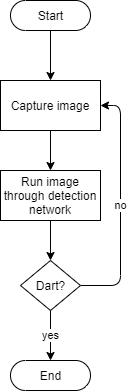
Before: imaging/documentation/Find_Dart_Logic.png, a diagram exported from draw.io (kparlak/dart-scoring-system). Source tidied: cells renumbered, new cells last; positions are measured from the earlier drawing's top-left corner, leaving out a move shared by most shapes.
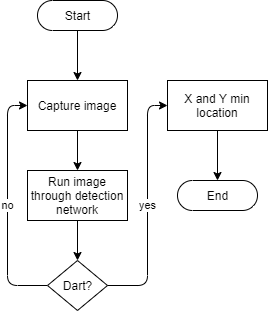
After the commit.

Change to the diagram source:
```diff
@@ -20,22 +20,28 @@
     <mxCell id="7" value="Run image through detection network" style="html=1;dashed=0;whitespace=wrap;whiteSpace=wrap;" parent="1" vertex="1">
       <mxGeometry y="170" width="100" height="50" as="geometry" />
     </mxCell>
-    <mxCell id="8" value="no" style="edgeStyle=orthogonalEdgeStyle;rounded=1;jettySize=auto;html=1;exitX=1;exitY=0.5;exitDx=0;exitDy=0;entryX=1;entryY=0.5;entryDx=0;entryDy=0;strokeColor=#000000;" parent="1" edge="1" source="10" target="5">
-      <mxGeometry relative="1" as="geometry">
-        <Array as="points">
-          <mxPoint x="120" y="285" />
-          <mxPoint x="120" y="105" />
-        </Array>
-      </mxGeometry>
+    <mxCell id="8" value="no" style="edgeStyle=orthogonalEdgeStyle;rounded=1;jettySize=auto;html=1;exitX=0;exitY=0.5;exitDx=0;exitDy=0;entryX=0;entryY=0.5;entryDx=0;entryDy=0;" parent="1" edge="1" source="10" target="5">
+      <mxGeometry relative="1" as="geometry" />
     </mxCell>
-    <mxCell id="9" value="yes" style="edgeStyle=orthogonalEdgeStyle;rounded=1;jettySize=auto;html=1;exitX=0.5;exitY=1;exitDx=0;exitDy=0;entryX=0.5;entryY=0.5;entryDx=0;entryDy=-15;entryPerimeter=0;strokeColor=#000000;" parent="1" edge="1" source="10" target="11">
-      <mxGeometry relative="1" as="geometry" />
-    </mxCell>
     <mxCell id="10" value="Dart?" style="shape=rhombus;html=1;dashed=0;whitespace=wrap;perimeter=rhombusPerimeter;" parent="1" vertex="1">
       <mxGeometry x="20" y="260" width="60" height="50" as="geometry" />
     </mxCell>
     <mxCell id="11" value="End" style="html=1;dashed=0;whitespace=wrap;shape=mxgraph.dfd.start;" parent="1" vertex="1">
-      <mxGeometry x="10" y="360" width="80" height="30" as="geometry" />
+      <mxGeometry x="150" y="180" width="80" height="30" as="geometry" />
     </mxCell>
+    <mxCell id="9" value="yes" style="edgeStyle=orthogonalEdgeStyle;rounded=1;jettySize=auto;html=1;exitX=1;exitY=0.5;exitDx=0;exitDy=0;entryX=0;entryY=0.5;entryDx=0;entryDy=0;" parent="1" edge="1" source="10" target="13">
+      <mxGeometry relative="1" as="geometry">
+        <Array as="points">
+          <mxPoint x="120" y="285" />
+          <mxPoint x="120" y="105" />
+        </Array>
+      </mxGeometry>
+    </mxCell>
+    <mxCell id="12" style="edgeStyle=orthogonalEdgeStyle;rounded=1;jettySize=auto;html=1;exitX=0.5;exitY=1;exitDx=0;exitDy=0;entryX=0.5;entryY=0.5;entryDx=0;entryDy=-15;entryPerimeter=0;" parent="1" edge="1" source="13" target="11">
+      <mxGeometry relative="1" as="geometry" />
+    </mxCell>
+    <mxCell id="13" value="X and Y min location" style="html=1;dashed=0;whitespace=wrap;whiteSpace=wrap;" parent="1" vertex="1">
+      <mxGeometry x="140" y="80" width="100" height="50" as="geometry" />
+    </mxCell>
   </root>
 </mxGraphModel>
```
